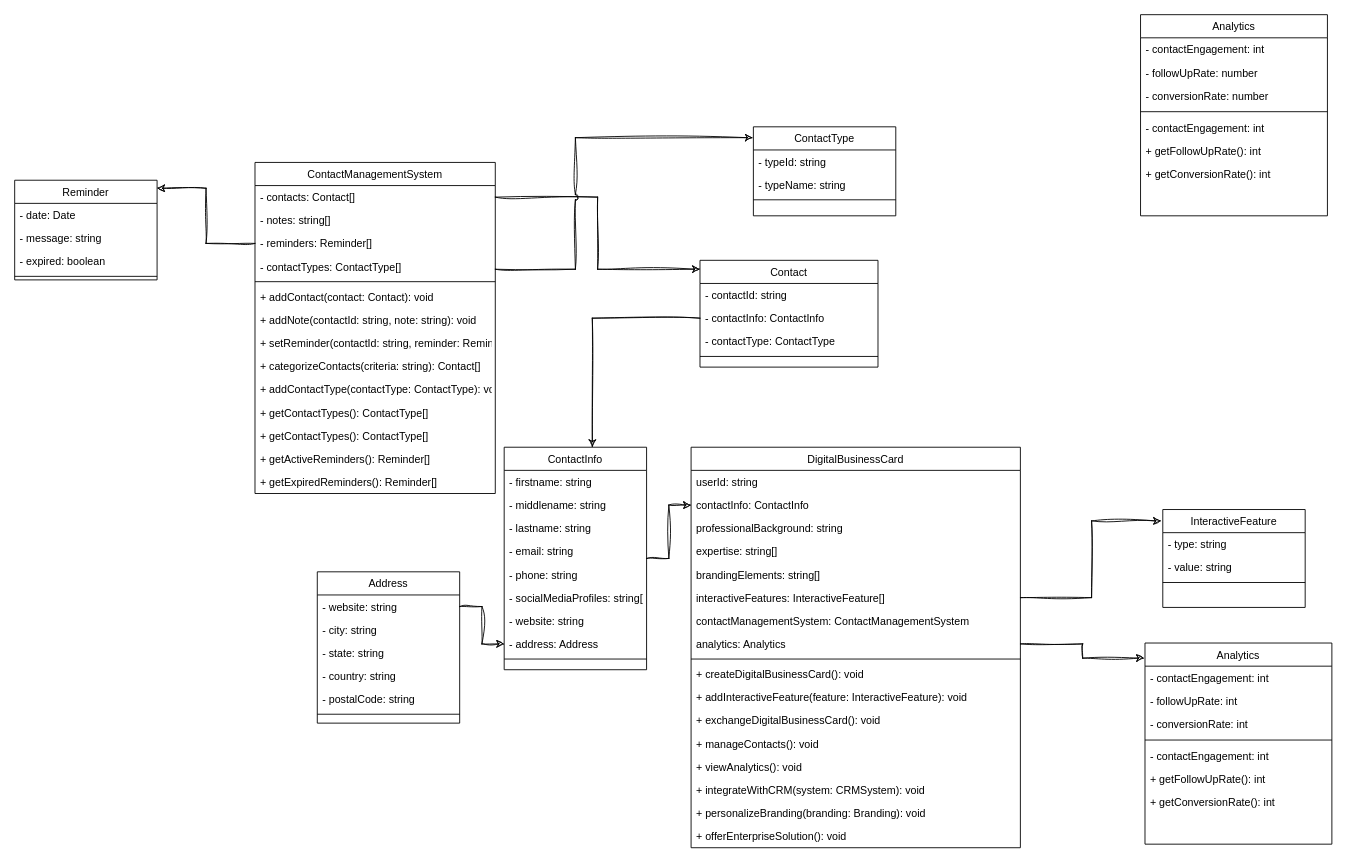
Above: class diagram.drawio in Maraki-DBO/maraki (draw.io), before the change. Source tidied: cells renumbered, new cells numbered last; positions are measured from the earlier drawing's top-left corner, leaving out a move shared by most shapes. Both pictures are drawn from the tidied source at 89%, with x=0, y=0 at pixel (14, 14).
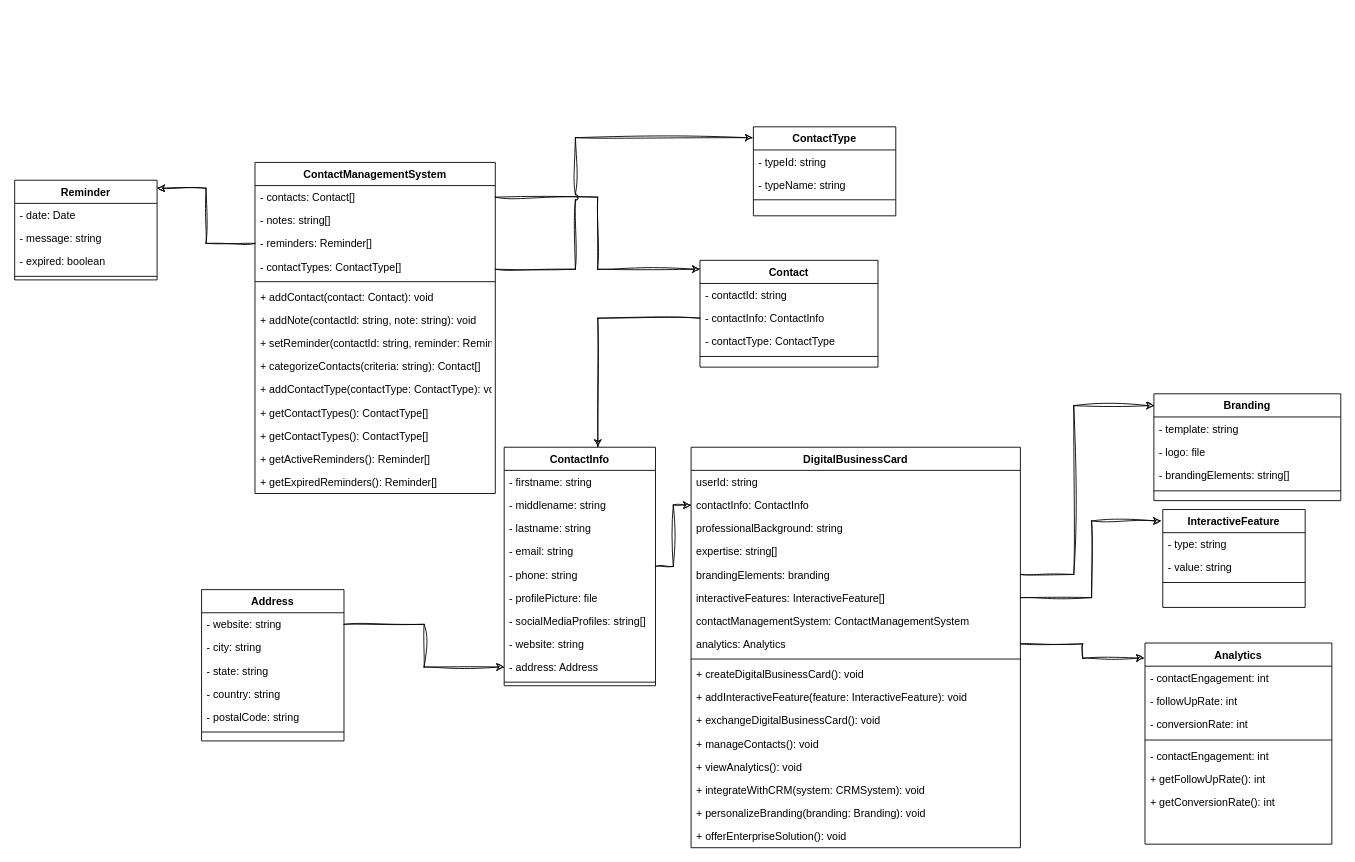
After the change.

Change to the diagram source:
```diff
@@
-    <mxCell id="2" value="DigitalBusinessCard" style="swimlane;fontStyle=0;align=center;verticalAlign=top;horizontal=1;startSize=26;rounded=0;shadow=0;strokeWidth=1;" parent="1" vertex="1">
+    <mxCell id="2" value="DigitalBusinessCard" style="swimlane;fontStyle=1;align=center;verticalAlign=top;horizontal=1;startSize=26;rounded=0;shadow=0;strokeWidth=1;" parent="1" vertex="1">
       <mxGeometry x="760" y="486" width="370" height="450" as="geometry" />
     </mxCell>
@@
-    <mxCell id="7" value="brandingElements: string[] " style="text;align=left;verticalAlign=top;spacingLeft=4;spacingRight=4;overflow=hidden;points=[[0,0.5],[1,0.5]];portConstraint=eastwest;rounded=0;shadow=0;html=0;" parent="2" vertex="1">
+    <mxCell id="7" value="brandingElements: branding " style="text;align=left;verticalAlign=top;spacingLeft=4;spacingRight=4;overflow=hidden;points=[[0,0.5],[1,0.5]];portConstraint=eastwest;rounded=0;shadow=0;html=0;" parent="2" vertex="1">
       <mxGeometry y="130" width="370" height="26" as="geometry" />
     </mxCell>
@@
-    <mxCell id="21" value="ContactInfo                          " style="swimlane;fontStyle=0;align=center;verticalAlign=top;horizontal=1;startSize=26;rounded=0;shadow=0;strokeWidth=1;" parent="1" vertex="1">
-      <mxGeometry x="550" y="486" width="160" height="250" as="geometry" />
+    <mxCell id="21" value="ContactInfo                          " style="swimlane;fontStyle=1;align=center;verticalAlign=top;horizontal=1;startSize=26;rounded=0;shadow=0;strokeWidth=1;" parent="1" vertex="1">
+      <mxGeometry x="550" y="486" width="170" height="268" as="geometry" />
     </mxCell>
     <mxCell id="22" value="- firstname: string " style="text;align=left;verticalAlign=top;spacingLeft=4;spacingRight=4;overflow=hidden;" parent="21" vertex="1">
-      <mxGeometry y="26" width="160" height="26" as="geometry" />
+      <mxGeometry y="26" width="170" height="26" as="geometry" />
     </mxCell>
     <mxCell id="23" value="- middlename: string " style="text;align=left;verticalAlign=top;spacingLeft=4;spacingRight=4;overflow=hidden;" parent="21" vertex="1">
-      <mxGeometry y="52" width="160" height="26" as="geometry" />
+      <mxGeometry y="52" width="170" height="26" as="geometry" />
     </mxCell>
     <mxCell id="24" value="- lastname: string " style="text;align=left;verticalAlign=top;spacingLeft=4;spacingRight=4;overflow=hidden;" parent="21" vertex="1">
-      <mxGeometry y="78" width="160" height="26" as="geometry" />
+      <mxGeometry y="78" width="170" height="26" as="geometry" />
     </mxCell>
     <mxCell id="25" value="- email: string" style="text;align=left;verticalAlign=top;spacingLeft=4;spacingRight=4;overflow=hidden;rounded=0;shadow=0;html=0;" parent="21" vertex="1">
-      <mxGeometry y="104" width="160" height="26" as="geometry" />
+      <mxGeometry y="104" width="170" height="26" as="geometry" />
     </mxCell>
     <mxCell id="26" value="- phone: string" style="text;align=left;verticalAlign=top;spacingLeft=4;spacingRight=4;overflow=hidden;rounded=0;shadow=0;html=0;" parent="21" vertex="1">
-      <mxGeometry y="130" width="160" height="26" as="geometry" />
+      <mxGeometry y="130" width="170" height="26" as="geometry" />
     </mxCell>
-    <mxCell id="27" value="- socialMediaProfiles: string[]" style="text;align=left;verticalAlign=top;spacingLeft=4;spacingRight=4;overflow=hidden;rounded=0;shadow=0;html=0;" parent="21" vertex="1">
-      <mxGeometry y="156" width="160" height="26" as="geometry" />
+    <mxCell id="27" value="- profilePicture: file" style="text;align=left;verticalAlign=top;spacingLeft=4;spacingRight=4;overflow=hidden;rounded=0;shadow=0;html=0;" parent="21" vertex="1">
+      <mxGeometry y="156" width="170" height="26" as="geometry" />
     </mxCell>
+    <mxCell id="94" value="- socialMediaProfiles: string[]" style="text;align=left;verticalAlign=top;spacingLeft=4;spacingRight=4;overflow=hidden;rounded=0;shadow=0;html=0;" parent="21" vertex="1">
+      <mxGeometry y="182" width="170" height="26" as="geometry" />
+    </mxCell>
     <mxCell id="28" value="- website: string" style="text;align=left;verticalAlign=top;spacingLeft=4;spacingRight=4;overflow=hidden;rounded=0;shadow=0;html=0;" parent="21" vertex="1">
-      <mxGeometry y="182" width="160" height="26" as="geometry" />
+      <mxGeometry y="208" width="170" height="26" as="geometry" />
     </mxCell>
     <mxCell id="29" value="- address: Address" style="text;align=left;verticalAlign=top;spacingLeft=4;spacingRight=4;overflow=hidden;points=[[0,0.5],[1,0.5]];portConstraint=eastwest;rounded=0;shadow=0;html=0;" parent="21" vertex="1">
-      <mxGeometry y="208" width="160" height="26" as="geometry" />
+      <mxGeometry y="234" width="170" height="26" as="geometry" />
     </mxCell>
     <mxCell id="30" style="line;html=1;strokeWidth=1;align=left;verticalAlign=middle;spacingTop=-1;spacingLeft=3;spacingRight=3;labelPosition=right;" parent="21" vertex="1">
-      <mxGeometry y="234" width="160" height="8" as="geometry" />
+      <mxGeometry y="260" width="170" height="8" as="geometry" />
     </mxCell>
-    <mxCell id="31" value="Address" style="swimlane;fontStyle=0;align=center;verticalAlign=top;horizontal=1;startSize=26;rounded=0;shadow=0;strokeWidth=1;" parent="1" vertex="1">
-      <mxGeometry x="340" y="626" width="160" height="170" as="geometry" />
+    <mxCell id="31" value="Address" style="swimlane;fontStyle=1;align=center;verticalAlign=top;horizontal=1;startSize=26;rounded=0;shadow=0;strokeWidth=1;" parent="1" vertex="1">
+      <mxGeometry x="210" y="646" width="160" height="170" as="geometry" />
     </mxCell>
@@
-    <mxCell id="39" value="InteractiveFeature" style="swimlane;fontStyle=0;align=center;verticalAlign=top;horizontal=1;startSize=26;rounded=0;shadow=0;strokeWidth=1;" parent="1" vertex="1">
+    <mxCell id="39" value="InteractiveFeature" style="swimlane;fontStyle=1;align=center;verticalAlign=top;horizontal=1;startSize=26;rounded=0;shadow=0;strokeWidth=1;" parent="1" vertex="1">
       <mxGeometry x="1290" y="556" width="160" height="110" as="geometry" />
     </mxCell>
@@
-    <mxCell id="43" value="ContactManagementSystem" style="swimlane;fontStyle=0;align=center;verticalAlign=top;horizontal=1;startSize=26;rounded=0;shadow=0;strokeWidth=1;" parent="1" vertex="1">
+    <mxCell id="43" value="ContactManagementSystem" style="swimlane;fontStyle=1;align=center;verticalAlign=top;horizontal=1;startSize=26;rounded=0;shadow=0;strokeWidth=1;" parent="1" vertex="1">
       <mxGeometry x="270" y="166" width="270" height="372" as="geometry" />
     </mxCell>
@@
-    <mxCell id="58" value="ContactType " style="swimlane;fontStyle=0;align=center;verticalAlign=top;horizontal=1;startSize=26;rounded=0;shadow=0;strokeWidth=1;" parent="1" vertex="1">
+    <mxCell id="58" value="ContactType " style="swimlane;fontStyle=1;align=center;verticalAlign=top;horizontal=1;startSize=26;rounded=0;shadow=0;strokeWidth=1;" parent="1" vertex="1">
       <mxGeometry x="830" y="126" width="160" height="100" as="geometry" />
     </mxCell>
@@
-    <mxCell id="62" value="Contact                              " style="swimlane;fontStyle=0;align=center;verticalAlign=top;horizontal=1;startSize=26;rounded=0;shadow=0;strokeWidth=1;" parent="1" vertex="1">
+    <mxCell id="62" value="Contact                              " style="swimlane;fontStyle=1;align=center;verticalAlign=top;horizontal=1;startSize=26;rounded=0;shadow=0;strokeWidth=1;" parent="1" vertex="1">
       <mxGeometry x="770" y="276" width="200" height="120" as="geometry" />
     </mxCell>
@@
-    <mxCell id="69" value="Reminder" style="swimlane;fontStyle=0;align=center;verticalAlign=top;horizontal=1;startSize=26;rounded=0;shadow=0;strokeWidth=1;" parent="1" vertex="1">
+    <mxCell id="69" value="Reminder" style="swimlane;fontStyle=1;align=center;verticalAlign=top;horizontal=1;startSize=26;rounded=0;shadow=0;strokeWidth=1;" parent="1" vertex="1">
       <mxGeometry y="186" width="160" height="112" as="geometry" />
     </mxCell>
@@
-    <mxCell id="77" value="Analytics" style="swimlane;fontStyle=0;align=center;verticalAlign=top;horizontal=1;startSize=26;rounded=0;shadow=0;strokeWidth=1;" parent="1" vertex="1">
+    <mxCell id="77" value="Analytics" style="swimlane;fontStyle=1;align=center;verticalAlign=top;horizontal=1;startSize=26;rounded=0;shadow=0;strokeWidth=1;" parent="1" vertex="1">
       <mxGeometry x="1270" y="706" width="210" height="226" as="geometry" />
     </mxCell>
@@
-    <mxCell id="85" value="Analytics" style="swimlane;fontStyle=0;align=center;verticalAlign=top;horizontal=1;startSize=26;rounded=0;shadow=0;strokeWidth=1;" parent="1" vertex="1">
-      <mxGeometry x="1265" width="210" height="226" as="geometry" />
+    <mxCell id="85" value="Branding " style="swimlane;fontStyle=1;align=center;verticalAlign=top;horizontal=1;startSize=26;rounded=0;shadow=0;strokeWidth=1;" parent="1" vertex="1">
+      <mxGeometry x="1280" y="426" width="210" height="120" as="geometry" />
     </mxCell>
-    <mxCell id="86" value="- contactEngagement: int" style="text;align=left;verticalAlign=top;spacingLeft=4;spacingRight=4;overflow=hidden;" parent="85" vertex="1">
+    <mxCell id="86" value="- template: string" style="text;align=left;verticalAlign=top;spacingLeft=4;spacingRight=4;overflow=hidden;" parent="85" vertex="1">
       <mxGeometry y="26" width="210" height="26" as="geometry" />
     </mxCell>
-    <mxCell id="87" value="- followUpRate: number" style="text;align=left;verticalAlign=top;spacingLeft=4;spacingRight=4;overflow=hidden;" parent="85" vertex="1">
+    <mxCell id="87" value="- logo: file " style="text;align=left;verticalAlign=top;spacingLeft=4;spacingRight=4;overflow=hidden;" parent="85" vertex="1">
       <mxGeometry y="52" width="210" height="26" as="geometry" />
     </mxCell>
-    <mxCell id="88" value="- conversionRate: number" style="text;align=left;verticalAlign=top;spacingLeft=4;spacingRight=4;overflow=hidden;" parent="85" vertex="1">
+    <mxCell id="88" value="- brandingElements: string[]" style="text;align=left;verticalAlign=top;spacingLeft=4;spacingRight=4;overflow=hidden;" parent="85" vertex="1">
       <mxGeometry y="78" width="210" height="26" as="geometry" />
     </mxCell>
@@
-    <mxCell id="90" value="- contactEngagement: int" style="text;align=left;verticalAlign=top;spacingLeft=4;spacingRight=4;overflow=hidden;" parent="85" vertex="1">
-      <mxGeometry y="114" width="210" height="26" as="geometry" />
-    </mxCell>
-    <mxCell id="91" value="+ getFollowUpRate(): int&#10;" style="text;align=left;verticalAlign=top;spacingLeft=4;spacingRight=4;overflow=hidden;" parent="85" vertex="1">
-      <mxGeometry y="140" width="210" height="26" as="geometry" />
-    </mxCell>
-    <mxCell id="92" value="+ getConversionRate(): int&#10;" style="text;align=left;verticalAlign=top;spacingLeft=4;spacingRight=4;overflow=hidden;" parent="85" vertex="1">
-      <mxGeometry y="166" width="210" height="26" as="geometry" />
-    </mxCell>
@@
+    <mxCell id="95" style="edgeStyle=orthogonalEdgeStyle;rounded=0;sketch=1;hachureGap=4;jiggle=2;curveFitting=1;jettySize=auto;html=1;entryX=0.001;entryY=0.111;entryDx=0;entryDy=0;entryPerimeter=0;fontFamily=Architects Daughter;fontSize=16;" parent="1" edge="1" source="7" target="85">
+      <mxGeometry relative="1" as="geometry">
+        <Array as="points">
+          <mxPoint x="1190" y="629" />
+          <mxPoint x="1190" y="439" />
+        </Array>
+      </mxGeometry>
+    </mxCell>
```
